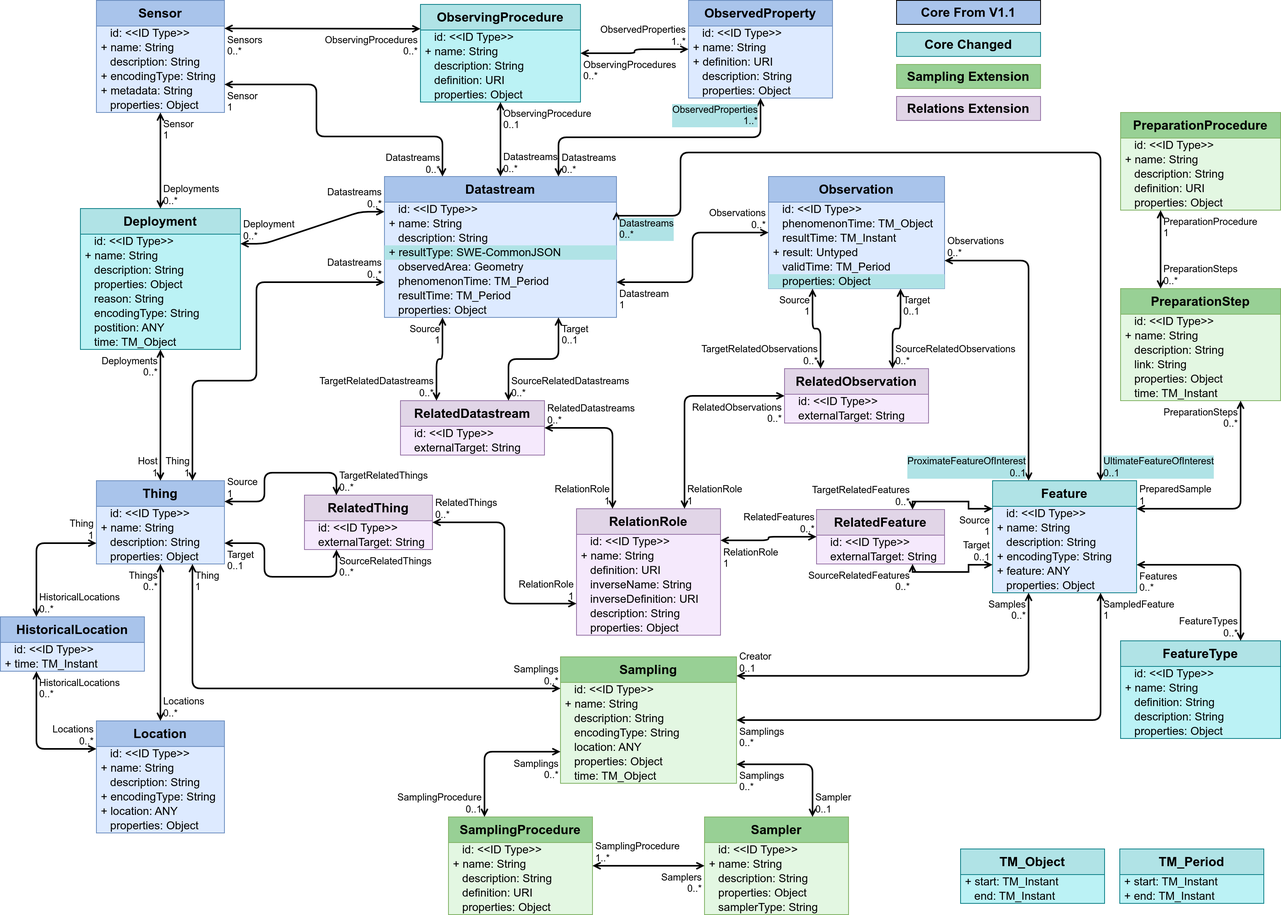
opengeospatial/sensorthings keeps this draw.io diagram as figures/Datamodel-SensorThingsApi-V2-proposal-1-Core_OM_Relations_Sampling.drawio.png. Above is the earlier version. Source tidied: cells renumbered, new cells last; positions are measured from the earlier drawing's top-left corner, leaving out a move shared by most shapes.
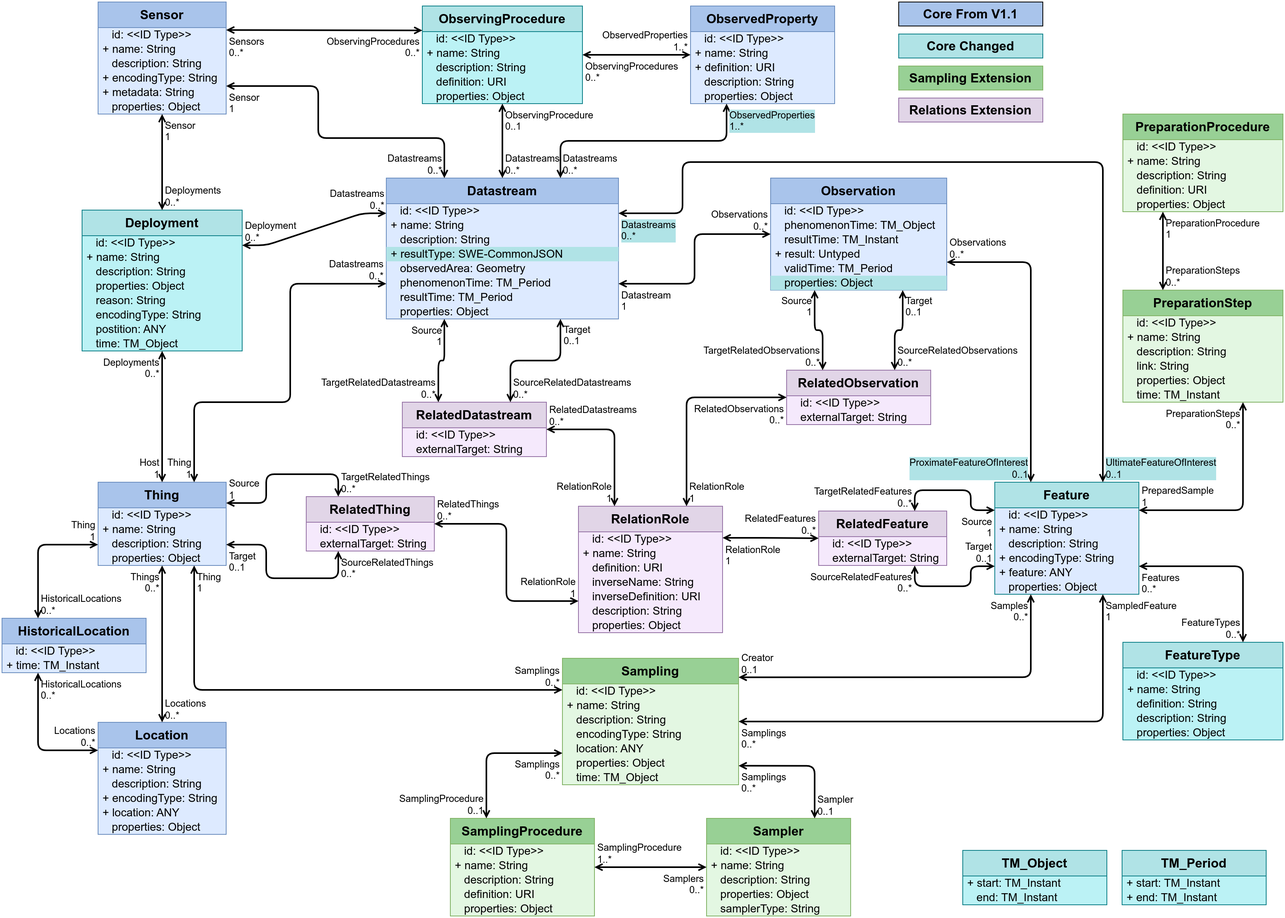
The same file after the commit.

Change to the diagram source:
```diff
@@ -80,9 +80,9 @@
     <mxCell id="27" style="endArrow=open;startArrow=open;html=1;rounded=1;exitX=0.75;exitY=0;exitDx=0;exitDy=0;edgeStyle=orthogonalEdgeStyle;entryX=1;entryY=0.25;entryDx=0;entryDy=0;curved=0;strokeWidth=2;startFill=0;endFill=0;" parent="1" edge="1" source="20" target="2">
       <mxGeometry relative="1" as="geometry">
         <Array as="points">
-          <mxPoint x="1375" y="190" />
-          <mxPoint x="850" y="190" />
-          <mxPoint x="850" y="269" />
+          <mxPoint x="1375" y="200" />
+          <mxPoint x="850" y="200" />
+          <mxPoint x="850" y="264" />
         </Array>
       </mxGeometry>
     </mxCell>
@@ -198,7 +198,7 @@
       <mxGeometry x="1" relative="1" as="geometry" />
     </mxCell>
     <mxCell id="65" value="ObservedProperty" style="swimlane;fontStyle=1;horizontal=1;startSize=32;fontSize=16;whiteSpace=wrap;html=1;fillColor=#A9C4EB;strokeColor=#6c8ebf;swimlaneFillColor=#DDEAFF;verticalAlign=top;" parent="1" vertex="1">
-      <mxGeometry x="860" width="180" height="122" as="geometry" />
+      <mxGeometry x="860" y="5" width="180" height="122" as="geometry" />
     </mxCell>
     <mxCell id="66" value="&amp;nbsp;&amp;nbsp;&amp;nbsp;id: &amp;lt;&amp;lt;ID Type&amp;gt;&amp;gt;" style="text;strokeColor=none;fillColor=none;align=left;verticalAlign=middle;spacingLeft=4;spacingRight=4;overflow=visible;html=1;fontSize=14;" parent="65" vertex="1">
       <mxGeometry y="32" width="180" height="18" as="geometry" />
@@ -215,10 +215,10 @@
     <mxCell id="70" value="&amp;nbsp;&amp;nbsp;&amp;nbsp;properties: Object" style="text;strokeColor=none;fillColor=none;align=left;verticalAlign=middle;spacingLeft=4;spacingRight=4;overflow=visible;html=1;fontSize=14;" parent="65" vertex="1">
       <mxGeometry y="104" width="180" height="18" as="geometry" />
     </mxCell>
-    <mxCell id="71" style="endArrow=open;startArrow=open;html=1;rounded=1;edgeStyle=orthogonalEdgeStyle;entryX=0.75;entryY=0;entryDx=0;entryDy=0;exitX=0.5;exitY=1;exitDx=0;exitDy=0;strokeWidth=2;curved=0;startFill=0;endFill=0;" parent="1" edge="1" source="65" target="2">
+    <mxCell id="71" style="endArrow=open;startArrow=open;html=1;rounded=1;edgeStyle=orthogonalEdgeStyle;entryX=0.75;entryY=0;entryDx=0;entryDy=0;exitX=0.25;exitY=1;exitDx=0;exitDy=0;strokeWidth=2;curved=0;startFill=0;endFill=0;" parent="1" edge="1" source="65" target="2">
       <mxGeometry relative="1" as="geometry" />
     </mxCell>
-    <mxCell id="72" value="ObservedProperties&lt;br&gt;1..*" style="edgeLabel;html=1;align=right;verticalAlign=top;labelBackgroundColor=#B0E3E6;fontSize=12;spacingLeft=1;spacing=3;spacingRight=2;" parent="71" vertex="1">
+    <mxCell id="72" value="ObservedProperties&lt;br&gt;1..*" style="edgeLabel;html=1;align=left;verticalAlign=top;labelBackgroundColor=#B0E3E6;fontSize=12;spacingLeft=1;spacing=3;spacingRight=2;" parent="71" vertex="1">
       <mxGeometry x="-1" relative="1" as="geometry" />
     </mxCell>
     <mxCell id="73" value="Datastreams&lt;br&gt;0..*" style="edgeLabel;html=1;align=left;verticalAlign=bottom;labelBackgroundColor=none;fontSize=12;spacingLeft=1;spacing=3;spacingRight=2;" parent="71" vertex="1">
@@ -344,8 +344,14 @@
     <mxCell id="113" value="&amp;nbsp;&amp;nbsp;&amp;nbsp;externalTarget: String" style="text;strokeColor=none;fillColor=none;align=left;verticalAlign=middle;spacingLeft=4;spacingRight=4;overflow=visible;html=1;fontSize=14;" parent="111" vertex="1">
       <mxGeometry y="50" width="160" height="18" as="geometry" />
     </mxCell>
-    <mxCell id="114" style="endArrow=open;startArrow=open;html=1;rounded=0;entryX=0;entryY=0.25;entryDx=0;entryDy=0;exitX=0.75;exitY=0;exitDx=0;exitDy=0;edgeStyle=orthogonalEdgeStyle;strokeWidth=2;startFill=0;endFill=0;" parent="1" edge="1" source="111" target="20">
-      <mxGeometry relative="1" as="geometry" />
+    <mxCell id="114" style="endArrow=open;startArrow=open;html=1;rounded=1;entryX=0;entryY=0.25;entryDx=0;entryDy=0;exitX=0.75;exitY=0;exitDx=0;exitDy=0;edgeStyle=orthogonalEdgeStyle;strokeWidth=2;startFill=0;endFill=0;curved=0;" parent="1" edge="1" source="111" target="20">
+      <mxGeometry relative="1" as="geometry">
+        <Array as="points">
+          <mxPoint x="1140" y="610" />
+          <mxPoint x="1210" y="610" />
+          <mxPoint x="1210" y="635" />
+        </Array>
+      </mxGeometry>
     </mxCell>
     <mxCell id="115" value="TargetRelatedFeatures&lt;br&gt;0..*" style="edgeLabel;html=1;align=right;verticalAlign=bottom;labelBackgroundColor=none;fontSize=12;spacingLeft=1;spacing=3;spacingRight=2;" parent="114" vertex="1">
       <mxGeometry x="-1" relative="1" as="geometry" />
@@ -353,8 +359,14 @@
     <mxCell id="116" value="Source&lt;br&gt;1" style="edgeLabel;html=1;align=right;verticalAlign=top;labelBackgroundColor=none;fontSize=12;spacingLeft=1;spacing=3;spacingRight=2;" parent="114" vertex="1">
       <mxGeometry x="1" relative="1" as="geometry" />
     </mxCell>
-    <mxCell id="117" style="endArrow=open;startArrow=open;html=1;rounded=0;edgeStyle=orthogonalEdgeStyle;entryX=0;entryY=0.75;entryDx=0;entryDy=0;exitX=0.75;exitY=1;exitDx=0;exitDy=0;strokeWidth=2;startFill=0;endFill=0;" parent="1" edge="1" source="111" target="20">
-      <mxGeometry relative="1" as="geometry" />
+    <mxCell id="117" style="endArrow=open;startArrow=open;html=1;rounded=1;edgeStyle=orthogonalEdgeStyle;entryX=0;entryY=0.75;entryDx=0;entryDy=0;exitX=0.75;exitY=1;exitDx=0;exitDy=0;strokeWidth=2;startFill=0;endFill=0;curved=0;" parent="1" edge="1" source="111" target="20">
+      <mxGeometry relative="1" as="geometry">
+        <Array as="points">
+          <mxPoint x="1140" y="730" />
+          <mxPoint x="1210" y="730" />
+          <mxPoint x="1210" y="705" />
+        </Array>
+      </mxGeometry>
     </mxCell>
     <mxCell id="118" value="SourceRelatedFeatures&lt;br&gt;0..*" style="edgeLabel;html=1;align=right;verticalAlign=top;labelBackgroundColor=none;fontSize=12;spacingLeft=1;spacing=3;spacingRight=2;" parent="117" vertex="1">
       <mxGeometry x="-1" relative="1" as="geometry" />
@@ -399,7 +411,7 @@
       <mxGeometry y="50" width="160" height="18" as="geometry" />
     </mxCell>
     <mxCell id="132" value="RelationRole" style="swimlane;fontStyle=1;horizontal=1;startSize=32;fontSize=16;whiteSpace=wrap;html=1;fillColor=#e1d5e7;strokeColor=#9673a6;swimlaneFillColor=#F5E9FC;" parent="1" vertex="1">
-      <mxGeometry x="720" y="635" width="180" height="158" as="geometry" />
+      <mxGeometry x="720" y="630" width="180" height="158" as="geometry" />
     </mxCell>
     <mxCell id="133" value="&amp;nbsp;&amp;nbsp;&amp;nbsp;id:&amp;nbsp;&amp;lt;&amp;lt;ID Type&amp;gt;&amp;gt;" style="text;strokeColor=none;fillColor=none;align=left;verticalAlign=middle;spacingLeft=4;spacingRight=4;overflow=visible;html=1;fontSize=14;" parent="132" vertex="1">
       <mxGeometry y="32" width="180" height="18" as="geometry" />
@@ -695,9 +707,9 @@
     <mxCell id="226" style="endArrow=open;startArrow=open;html=1;rounded=1;edgeStyle=orthogonalEdgeStyle;entryX=0;entryY=0.75;entryDx=0;entryDy=0;exitX=0.75;exitY=0;exitDx=0;exitDy=0;curved=0;strokeWidth=2;startFill=0;endFill=0;" parent="1" edge="1" source="203" target="2">
       <mxGeometry relative="1" as="geometry">
         <Array as="points">
-          <mxPoint x="240" y="475" />
-          <mxPoint x="320" y="475" />
-          <mxPoint x="320" y="352" />
+          <mxPoint x="240" y="500" />
+          <mxPoint x="360" y="500" />
+          <mxPoint x="360" y="352" />
         </Array>
       </mxGeometry>
     </mxCell>
```
